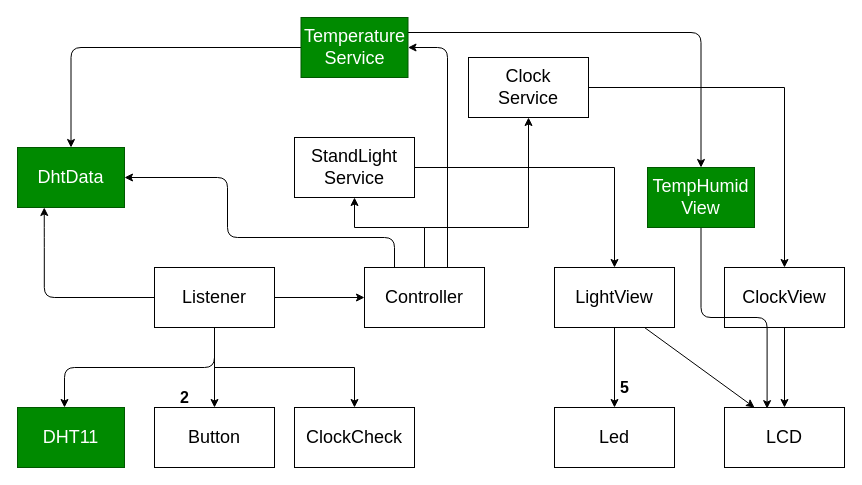
honghyeonjun/StandLight_Clock_temperature keeps this draw.io diagram as page "페이지-1" (1 of 2) of sw_design/architecture.drawio. Above is the earlier version. Source tidied: cells renumbered, new cells numbered last; positions are measured from the earlier drawing's top-left corner, leaving out a move shared by most shapes. Both pictures are drawn from the tidied source at 100%, with x=0, y=0 at pixel (17, 17).
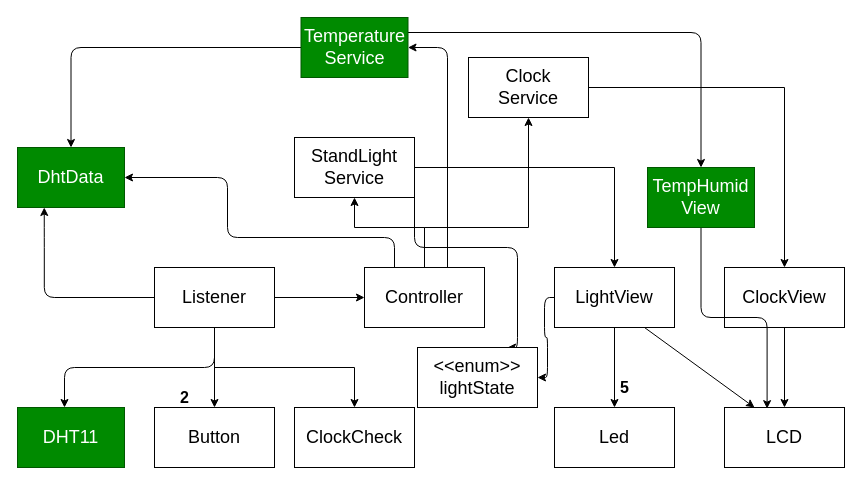
The same diagram, later.

Unchanged cells that the change refers to:
```xml
<mxCell id="16" value="LightView" style="whiteSpace=wrap;html=1;fontSize=18;" parent="1" vertex="1">
  <mxGeometry x="537" y="250" width="120" height="60" as="geometry" />
</mxCell>
<mxCell id="19" value="StandLight&lt;br&gt;Service" style="whiteSpace=wrap;html=1;fontSize=18;" parent="1" vertex="1">
  <mxGeometry x="277" y="120" width="120" height="60" as="geometry" />
</mxCell>
```

Diff of the diagram source:
```diff
@@
+    <mxCell id="35" style="edgeStyle=orthogonalEdgeStyle;html=1;entryX=1;entryY=0.5;entryDx=0;entryDy=0;" parent="1" edge="1" source="16" target="37">
+      <mxGeometry relative="1" as="geometry" />
+    </mxCell>
@@
+    <mxCell id="36" style="edgeStyle=orthogonalEdgeStyle;html=1;exitX=1;exitY=1;exitDx=0;exitDy=0;entryX=0.75;entryY=0;entryDx=0;entryDy=0;" parent="1" edge="1" source="19" target="37">
+      <mxGeometry relative="1" as="geometry">
+        <Array as="points">
+          <mxPoint x="397" y="230" />
+          <mxPoint x="500" y="230" />
+        </Array>
+      </mxGeometry>
+    </mxCell>
@@
+    <mxCell id="37" value="&amp;lt;&amp;lt;enum&amp;gt;&amp;gt;&lt;br&gt;lightState" style="whiteSpace=wrap;html=1;fontSize=18;" parent="1" vertex="1">
+      <mxGeometry x="400" y="330" width="120" height="60" as="geometry" />
+    </mxCell>
```
